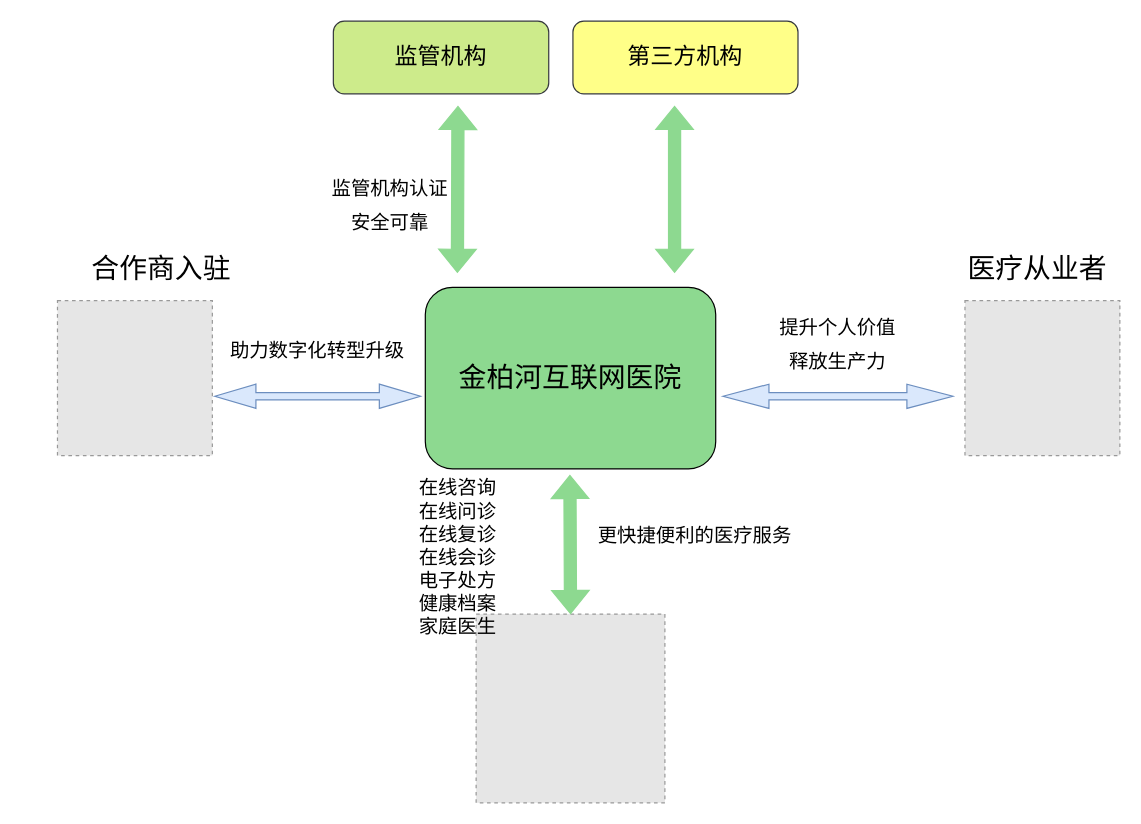
Above: jbh/互联网医院价值.drawio in GitHeP/diagrams (draw.io), before the change. Source tidied: cells renumbered, new cells numbered last; positions are measured from the earlier drawing's top-left corner, leaving out a move shared by most shapes. Both pictures are drawn from the tidied source at 121%, with x=0, y=0 at pixel (57, 21). Pictures stored in the file or linked from it are replaced by grey dashed boxes.
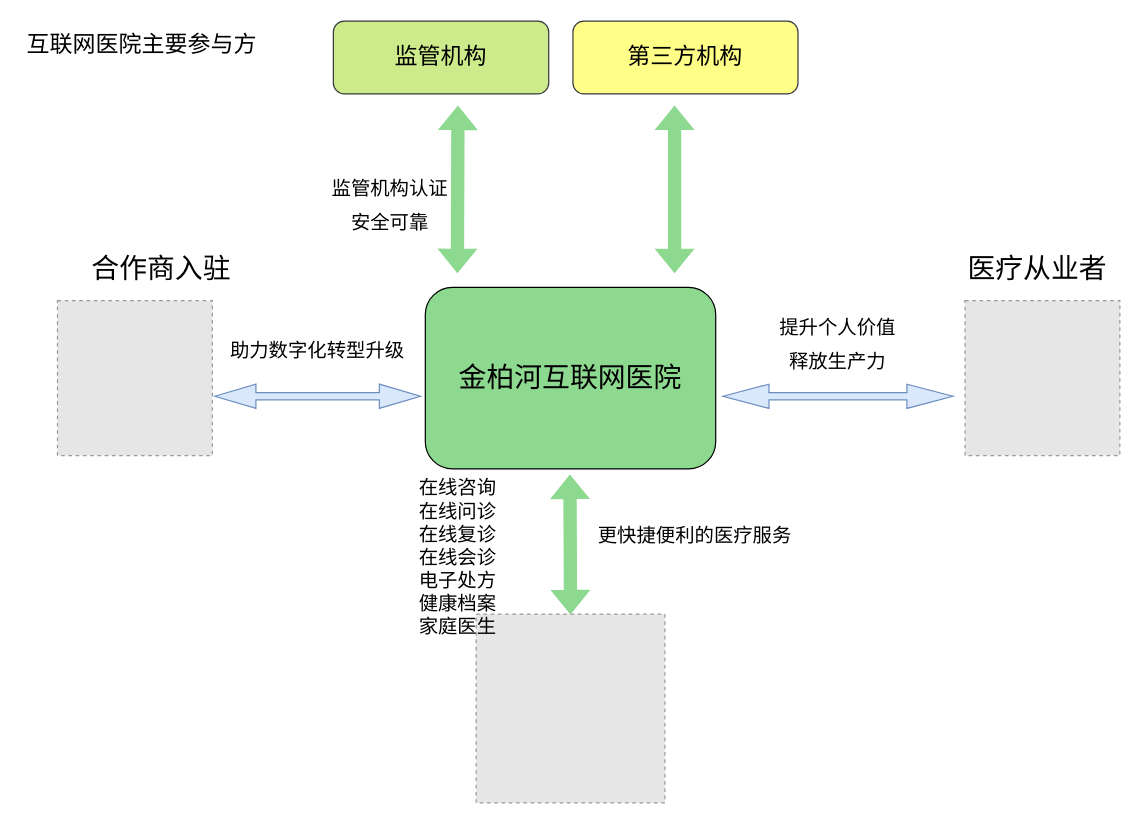
Above is the later version.

Commit message:
更新互联网医院价值.drawio

Diff of the diagram source:
```diff
@@
+    <mxCell id="20" value="互联网医院主要参与方" style="text;html=1;strokeColor=none;fillColor=none;align=center;verticalAlign=middle;whiteSpace=wrap;rounded=0;fontSize=19;" parent="1" vertex="1">
+      <mxGeometry x="-30" width="200" height="40" as="geometry" />
+    </mxCell>
```
